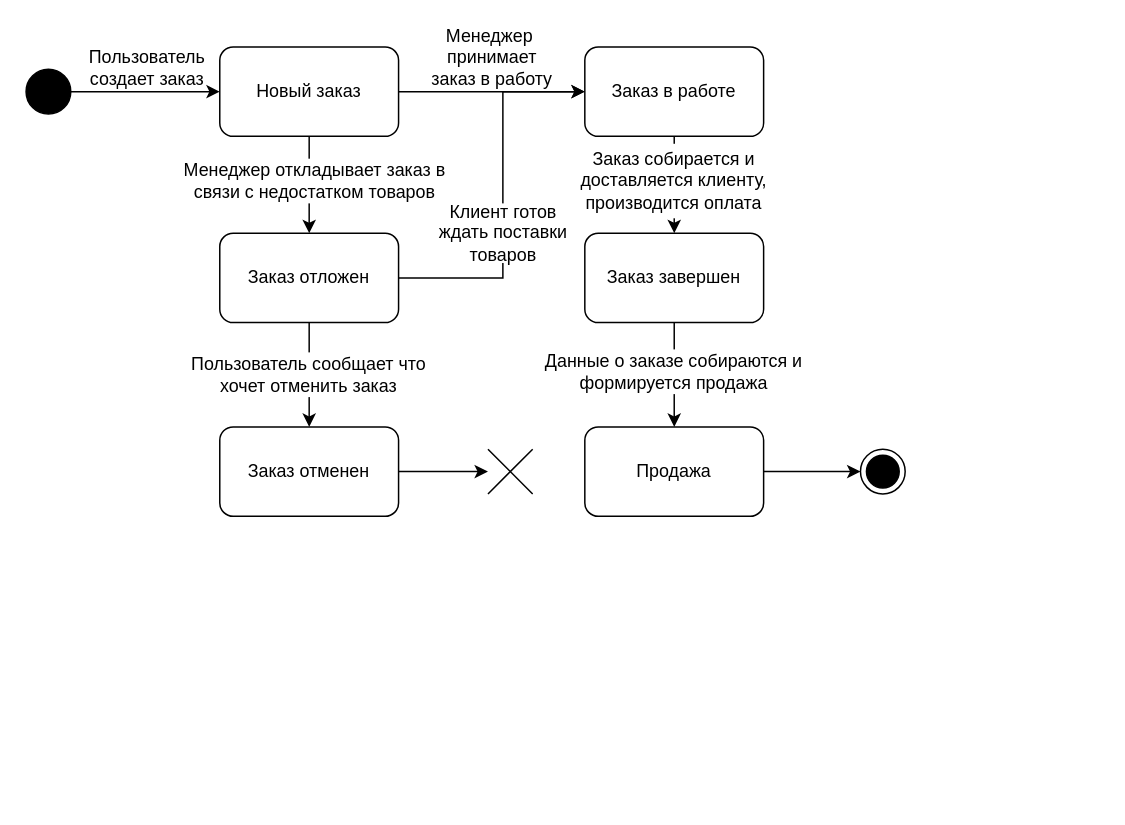
The draw.io diagram Documentation/Business Analysis/Diagrams/Состояние заказа.drawio in FranGranDev/RSAS, before the edit. Source tidied: cells renumbered, new cells numbered last; positions are measured from the earlier drawing's top-left corner, leaving out a move shared by most shapes. Both pictures are drawn from the tidied source at 149%, with x=0, y=0 at pixel (25, 42).
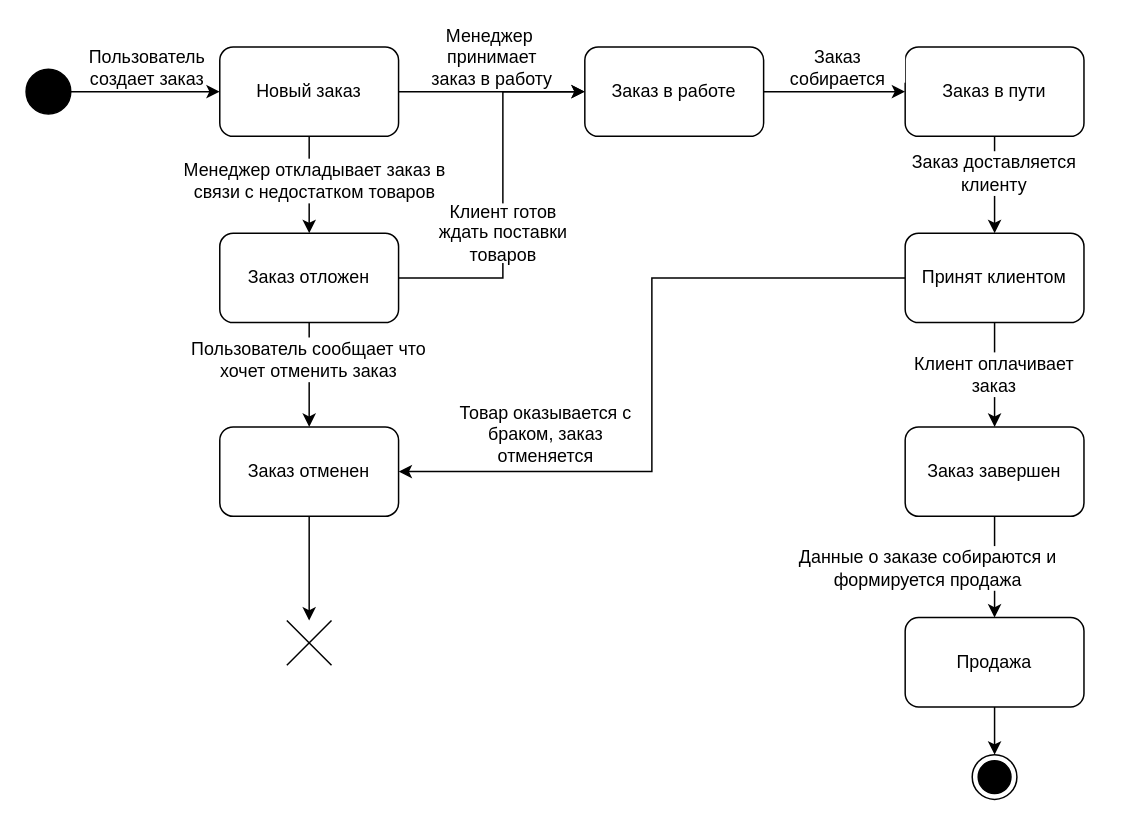
The same page after the edit.

Unchanged cells that the change refers to:
```xml
<mxCell id="7" value="Заказ в работе" style="rounded=1;whiteSpace=wrap;html=1;" parent="1" vertex="1">
  <mxGeometry x="375" y="3" width="120" height="60" as="geometry" />
</mxCell>
<mxCell id="16" value="Заказ отменен" style="rounded=1;whiteSpace=wrap;html=1;" parent="1" vertex="1">
  <mxGeometry x="130" y="258" width="120" height="60" as="geometry" />
</mxCell>
```

Diff of the diagram source:
```diff
@@
     <mxCell id="2" style="ellipse;html=1;shape=endState;fillColor=strokeColor;" parent="1" vertex="1">
-      <mxGeometry x="560" y="273" width="30" height="30" as="geometry" />
+      <mxGeometry x="635" y="478" width="30" height="30" as="geometry" />
     </mxCell>
@@
+    <mxCell id="27" style="edgeStyle=orthogonalEdgeStyle;rounded=0;jettySize=auto;html=1;" parent="1" edge="1" source="7" target="29">
+      <mxGeometry relative="1" as="geometry" />
+    </mxCell>
@@
     <mxCell id="17" value="Пользователь сообщает что хочет отменить заказ" style="text;html=1;align=center;verticalAlign=middle;whiteSpace=wrap;rounded=0;fillColor=default;" parent="1" vertex="1">
-      <mxGeometry x="100" y="208" width="180" height="30" as="geometry" />
+      <mxGeometry x="100" y="198" width="180" height="30" as="geometry" />
     </mxCell>
     <mxCell id="18" style="shape=umlDestroy;html=1;" parent="1" vertex="1">
-      <mxGeometry x="310" y="273" width="30" height="30" as="geometry" />
+      <mxGeometry x="175" y="388" width="30" height="30" as="geometry" />
     </mxCell>
+    <mxCell id="23" style="edgeStyle=orthogonalEdgeStyle;rounded=0;jettySize=auto;html=1;entryX=0.5;entryY=0;entryDx=0;entryDy=0;" parent="1" edge="1" source="24" target="2">
+      <mxGeometry relative="1" as="geometry" />
+    </mxCell>
+    <mxCell id="24" value="Продажа" style="rounded=1;whiteSpace=wrap;html=1;" parent="1" vertex="1">
+      <mxGeometry x="590" y="386" width="120" height="60" as="geometry" />
+    </mxCell>
+    <mxCell id="26" value="Клиент готов ждать поставки товаров" style="text;html=1;align=center;verticalAlign=middle;whiteSpace=wrap;rounded=0;fillColor=default;" parent="1" vertex="1">
+      <mxGeometry x="268" y="108" width="105" height="40" as="geometry" />
+    </mxCell>
+    <mxCell id="28" value="Товар оказывается с браком, заказ отменяется" style="text;html=1;align=center;verticalAlign=middle;whiteSpace=wrap;rounded=0;fillColor=default;" parent="1" vertex="1">
+      <mxGeometry x="284" y="238" width="130" height="50" as="geometry" />
+    </mxCell>
+    <mxCell id="29" value="Заказ в пути" style="rounded=1;whiteSpace=wrap;html=1;" parent="1" vertex="1">
+      <mxGeometry x="590" y="3" width="120" height="60" as="geometry" />
+    </mxCell>
+    <mxCell id="30" value="Заказ собирается" style="text;html=1;align=center;verticalAlign=middle;whiteSpace=wrap;rounded=0;fillColor=default;" parent="1" vertex="1">
+      <mxGeometry x="500" y="7" width="90" height="20" as="geometry" />
+    </mxCell>
+    <mxCell id="31" style="edgeStyle=orthogonalEdgeStyle;rounded=0;jettySize=auto;html=1;" parent="1" edge="1" source="33" target="20">
+      <mxGeometry relative="1" as="geometry" />
+    </mxCell>
+    <mxCell id="32" style="edgeStyle=orthogonalEdgeStyle;rounded=0;jettySize=auto;html=1;entryX=1;entryY=0.5;entryDx=0;entryDy=0;" parent="1" edge="1" source="33" target="16">
+      <mxGeometry relative="1" as="geometry" />
+    </mxCell>
+    <mxCell id="33" value="Принят клиентом" style="rounded=1;whiteSpace=wrap;html=1;" parent="1" vertex="1">
+      <mxGeometry x="590" y="128" width="120" height="60" as="geometry" />
+    </mxCell>
+    <mxCell id="34" style="edgeStyle=orthogonalEdgeStyle;rounded=0;jettySize=auto;html=1;exitX=0.5;exitY=1;exitDx=0;exitDy=0;entryX=0.5;entryY=0;entryDx=0;entryDy=0;" parent="1" edge="1" source="29" target="33">
+      <mxGeometry relative="1" as="geometry" />
+    </mxCell>
+    <mxCell id="35" value="Заказ доставляется клиенту" style="text;html=1;align=center;verticalAlign=middle;whiteSpace=wrap;rounded=0;fillColor=default;" parent="1" vertex="1">
+      <mxGeometry x="580" y="73" width="140" height="30" as="geometry" />
+    </mxCell>
@@
     <mxCell id="20" value="Заказ завершен" style="rounded=1;whiteSpace=wrap;html=1;" parent="1" vertex="1">
-      <mxGeometry x="375" y="128" width="120" height="60" as="geometry" />
+      <mxGeometry x="590" y="258" width="120" height="60" as="geometry" />
     </mxCell>
-    <mxCell id="21" style="edgeStyle=orthogonalEdgeStyle;rounded=0;jettySize=auto;html=1;exitX=0.5;exitY=1;exitDx=0;exitDy=0;entryX=0.5;entryY=0;entryDx=0;entryDy=0;" parent="1" edge="1" source="7" target="20">
-      <mxGeometry relative="1" as="geometry" />
-    </mxCell>
-    <mxCell id="22" value="Заказ собирается и доставляется клиенту, производится оплата" style="text;html=1;align=center;verticalAlign=middle;whiteSpace=wrap;rounded=0;fillColor=default;" parent="1" vertex="1">
-      <mxGeometry x="365" y="68" width="140" height="50" as="geometry" />
-    </mxCell>
-    <mxCell id="23" style="edgeStyle=orthogonalEdgeStyle;rounded=0;jettySize=auto;html=1;entryX=0;entryY=0.5;entryDx=0;entryDy=0;" parent="1" edge="1" source="24" target="2">
-      <mxGeometry relative="1" as="geometry" />
-    </mxCell>
-    <mxCell id="24" value="Продажа" style="rounded=1;whiteSpace=wrap;html=1;" parent="1" vertex="1">
-      <mxGeometry x="375" y="258" width="120" height="60" as="geometry" />
-    </mxCell>
+    <mxCell id="36" value="Клиент оплачивает заказ" style="text;html=1;align=center;verticalAlign=middle;whiteSpace=wrap;rounded=0;fillColor=default;" parent="1" vertex="1">
+      <mxGeometry x="580" y="208" width="140" height="30" as="geometry" />
+    </mxCell>
     <mxCell id="25" value="Данные о заказе собираются и формируется продажа" style="text;html=1;align=center;verticalAlign=middle;whiteSpace=wrap;rounded=0;fillColor=default;" parent="1" vertex="1">
-      <mxGeometry x="345" y="206" width="180" height="30" as="geometry" />
+      <mxGeometry x="517.5" y="338" width="175" height="30" as="geometry" />
     </mxCell>
-    <mxCell id="26" value="Клиент готов ждать поставки товаров" style="text;html=1;align=center;verticalAlign=middle;whiteSpace=wrap;rounded=0;fillColor=default;" parent="1" vertex="1">
-      <mxGeometry x="268" y="108" width="105" height="40" as="geometry" />
-    </mxCell>
```
